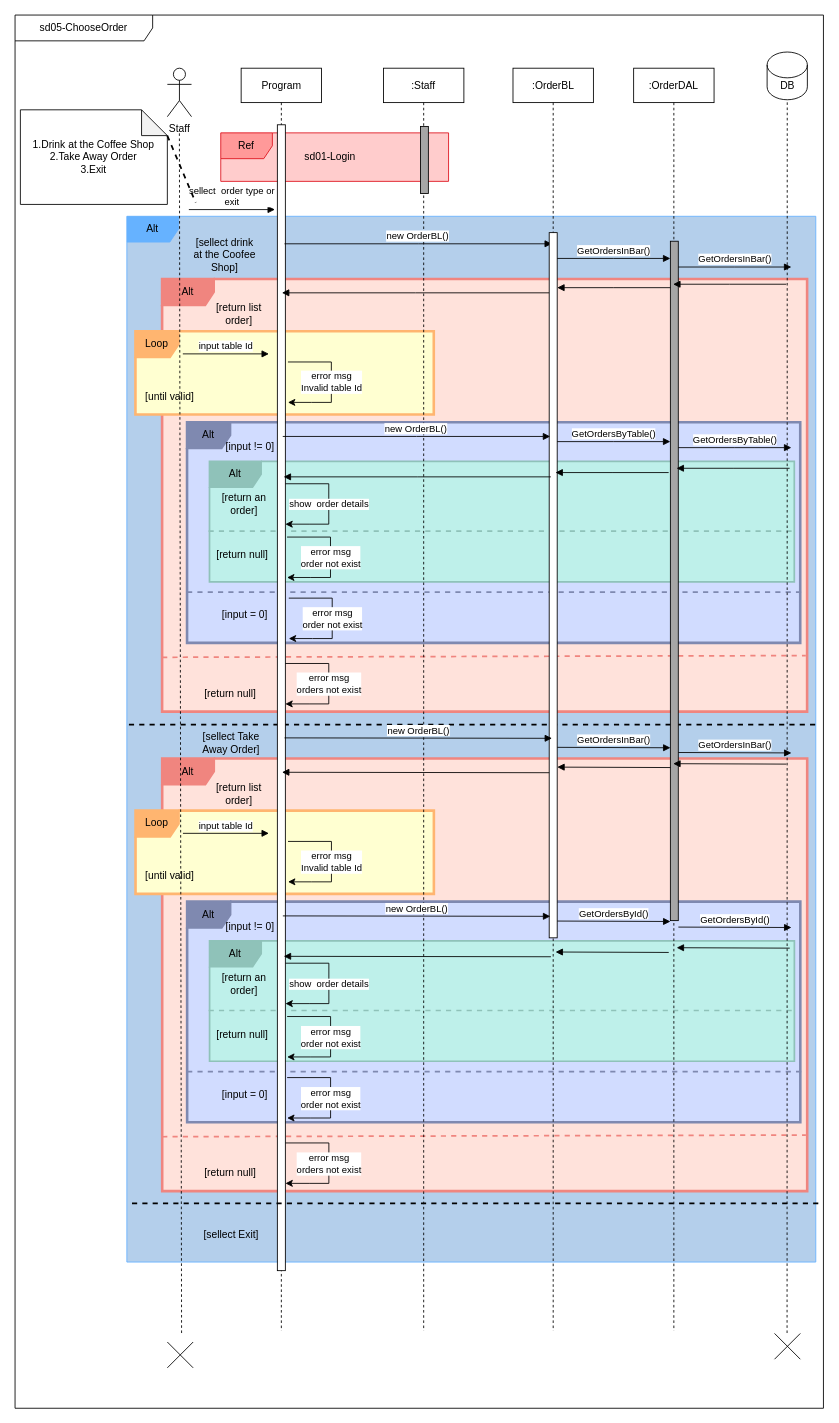
The draw.io diagram page "Choose Order" (5 of 11) of Diagram/Sequence_Diagram/Sequence Diagram.drawio in NDuc-Dev/Project-1, before the edit. Source tidied: cells renumbered, new cells numbered last; positions are measured from the earlier drawing's top-left corner, leaving out a move shared by most shapes. Both pictures are drawn from the tidied source at 86%, with x=0, y=0 at pixel (15, 15).
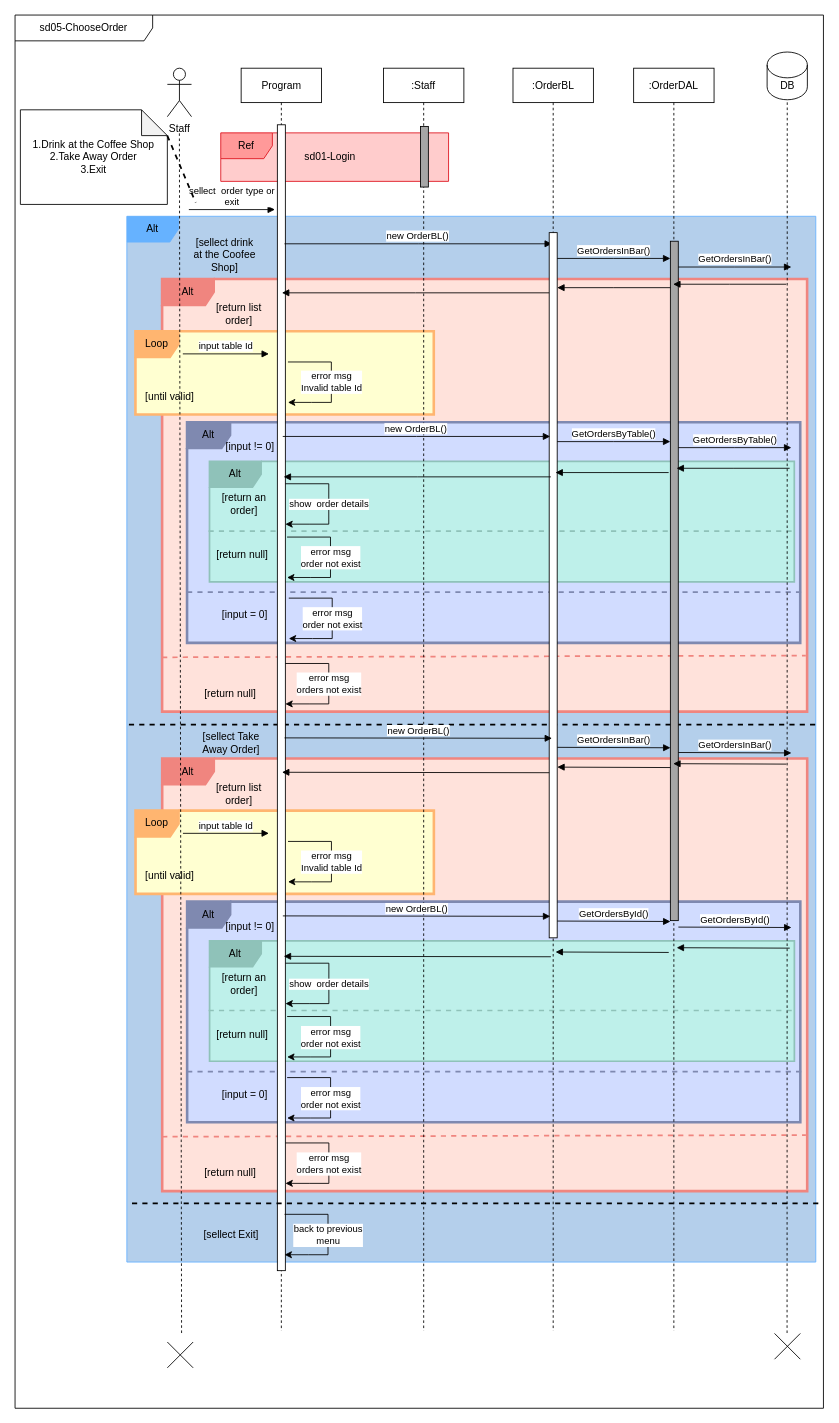
After the change.

Unchanged cells that the change refers to:
```xml
<mxCell id="2" style="group;" parent="1" vertex="1">
  <mxGeometry width="940" height="1620" as="geometry" />
</mxCell>
```

The edit, as a diff of the source:
```diff
@@
     <mxCell id="30" style="html=1;perimeter=orthogonalPerimeter;targetShapes=umlLifeline;newEdgeStyle={&quot;edgeStyle&quot;:&quot;elbowEdgeStyle&quot;,&quot;elbow&quot;:&quot;vertical&quot;,&quot;curved&quot;:0,&quot;rounded&quot;:0};fillColor=#A6A6A6;" parent="2" vertex="1">
-      <mxGeometry x="471.4" y="129.5" width="9.2" height="78" as="geometry" />
+      <mxGeometry x="471.4" y="129.5" width="9.2" height="70.5" as="geometry" />
     </mxCell>
@@
+    <mxCell id="103" style="endArrow=classic;html=1;rounded=0;" parent="1" edge="1">
+      <mxGeometry relative="1" as="geometry">
+        <mxPoint x="313.4" y="1394.5" as="sourcePoint" />
+        <mxPoint x="313.4" y="1441.5" as="targetPoint" />
+        <Array as="points">
+          <mxPoint x="363.9" y="1394.5" />
+          <mxPoint x="363.9" y="1441.5" />
+          <mxPoint x="341" y="1441.5" />
+        </Array>
+      </mxGeometry>
+    </mxCell>
+    <mxCell id="104" value="back to previous&lt;br&gt;menu" style="edgeLabel;html=1;align=center;verticalAlign=middle;" parent="103" vertex="1">
+      <mxGeometry relative="1" as="geometry" />
+    </mxCell>
```
